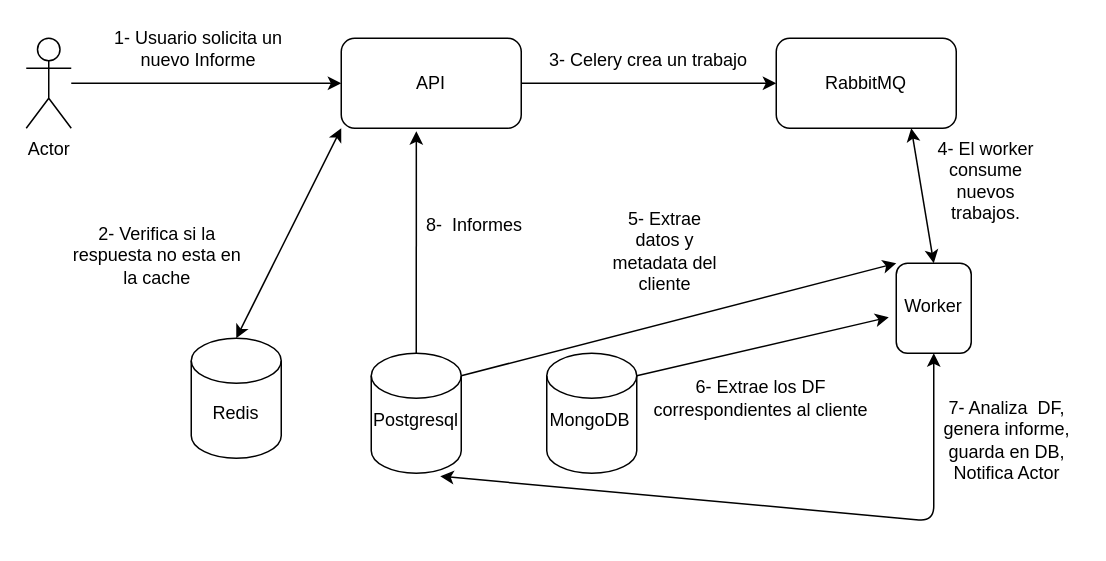
The draw.io diagram page "user-request" (2 of 2) of core.drawio in chrismedinapy/backend, before the edit. Source tidied: cells renumbered, new cells numbered last; positions are measured from the earlier drawing's top-left corner, leaving out a move shared by most shapes. Both pictures are drawn from the tidied source at 150%, with x=0, y=0 at pixel (26, 26).
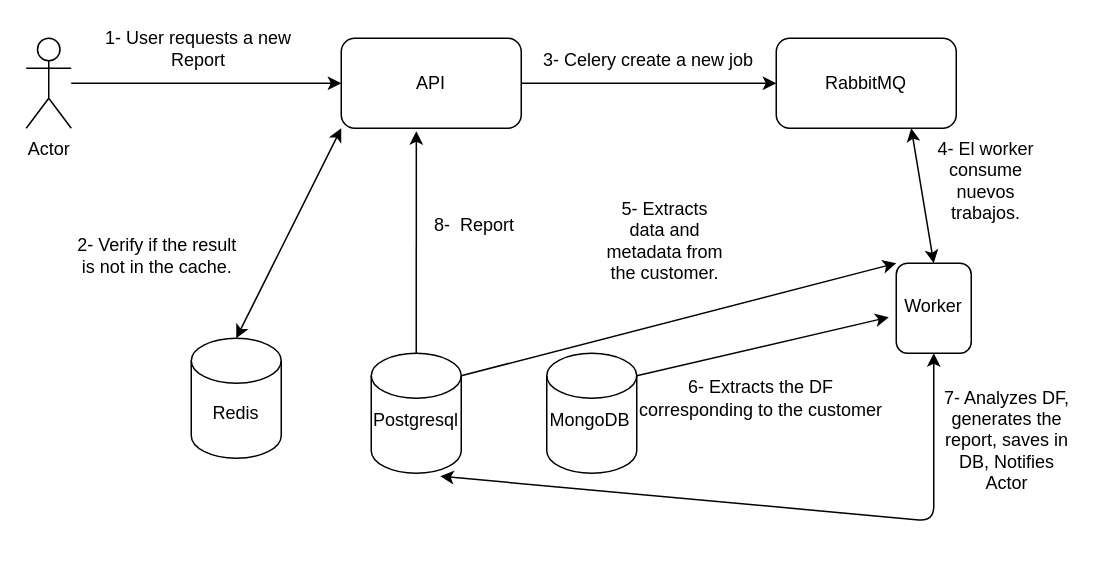
The same page after the edit.

Diff of the diagram source:
```diff
@@
-    <mxCell id="11" value="1- Usuario solicita un nuevo Informe" style="text;html=1;strokeColor=none;fillColor=none;align=center;verticalAlign=middle;whiteSpace=wrap;rounded=0;" parent="1" vertex="1">
+    <mxCell id="11" value="1-&amp;nbsp;User requests a new Report" style="text;html=1;strokeColor=none;fillColor=none;align=center;verticalAlign=middle;whiteSpace=wrap;rounded=0;" parent="1" vertex="1">
       <mxGeometry x="50" width="130" height="30" as="geometry" />
     </mxCell>
@@
-    <mxCell id="13" value="2- Verifica si la respuesta no esta en la cache" style="text;html=1;strokeColor=none;fillColor=none;align=center;verticalAlign=middle;whiteSpace=wrap;rounded=0;" parent="1" vertex="1">
+    <mxCell id="13" value="2- Verify if the result is not in the cache." style="text;html=1;strokeColor=none;fillColor=none;align=center;verticalAlign=middle;whiteSpace=wrap;rounded=0;" parent="1" vertex="1">
       <mxGeometry x="30" y="138" width="115" height="30" as="geometry" />
     </mxCell>
-    <mxCell id="14" value="3- Celery crea un trabajo" style="text;html=1;strokeColor=none;fillColor=none;align=center;verticalAlign=middle;whiteSpace=wrap;rounded=0;" parent="1" vertex="1">
+    <mxCell id="14" value="3- Celery create a new job" style="text;html=1;strokeColor=none;fillColor=none;align=center;verticalAlign=middle;whiteSpace=wrap;rounded=0;" parent="1" vertex="1">
       <mxGeometry x="340" y="8" width="150" height="30" as="geometry" />
     </mxCell>
@@
-    <mxCell id="19" value="8-&amp;nbsp; Informes" style="text;html=1;strokeColor=none;fillColor=none;align=center;verticalAlign=middle;whiteSpace=wrap;rounded=0;" parent="1" vertex="1">
+    <mxCell id="19" value="8-&amp;nbsp; Report" style="text;html=1;strokeColor=none;fillColor=none;align=center;verticalAlign=middle;whiteSpace=wrap;rounded=0;" parent="1" vertex="1">
       <mxGeometry x="254" y="118" width="90" height="30" as="geometry" />
     </mxCell>
@@
-    <mxCell id="21" value="6- Extrae los DF correspondientes al cliente" style="text;html=1;strokeColor=none;fillColor=none;align=center;verticalAlign=middle;whiteSpace=wrap;rounded=0;" parent="1" vertex="1">
+    <mxCell id="21" value="6- Extracts the DF corresponding to the customer" style="text;html=1;strokeColor=none;fillColor=none;align=center;verticalAlign=middle;whiteSpace=wrap;rounded=0;" parent="1" vertex="1">
       <mxGeometry x="405" y="223" width="170" height="50" as="geometry" />
     </mxCell>
-    <mxCell id="22" value="&lt;br&gt;5- Extrae datos y metadata del cliente" style="text;html=1;strokeColor=none;fillColor=none;align=center;verticalAlign=middle;whiteSpace=wrap;rounded=0;" parent="1" vertex="1">
+    <mxCell id="22" value="5- Extracts data and metadata from the customer." style="text;html=1;strokeColor=none;fillColor=none;align=center;verticalAlign=middle;whiteSpace=wrap;rounded=0;" parent="1" vertex="1">
       <mxGeometry x="386" y="128" width="80" height="30" as="geometry" />
     </mxCell>
@@
-    <mxCell id="27" value="7- Analiza&amp;nbsp; DF, genera informe, guarda en DB, Notifica Actor" style="text;html=1;strokeColor=none;fillColor=none;align=center;verticalAlign=middle;whiteSpace=wrap;rounded=0;" parent="1" vertex="1">
+    <mxCell id="27" value="7- Analyzes DF, generates the report, saves in DB, Notifies Actor" style="text;html=1;strokeColor=none;fillColor=none;align=center;verticalAlign=middle;whiteSpace=wrap;rounded=0;" parent="1" vertex="1">
       <mxGeometry x="606" y="230" width="96" height="92" as="geometry" />
     </mxCell>
```
